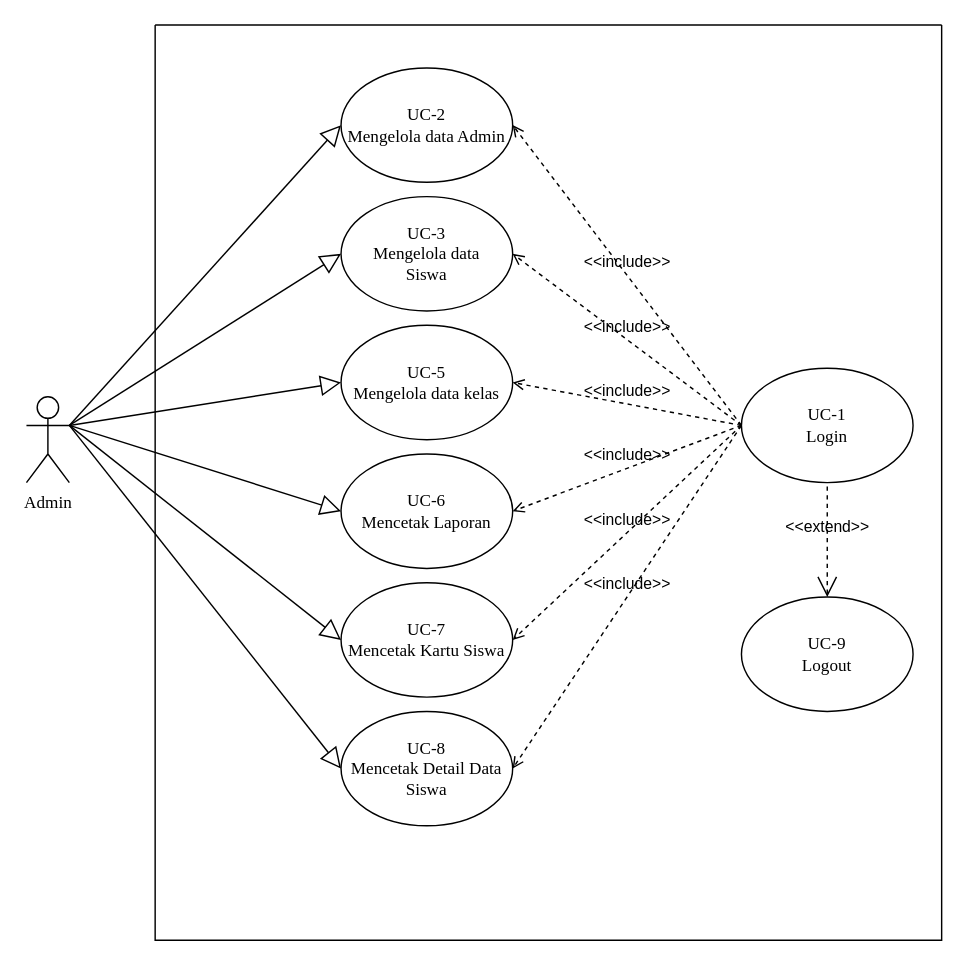
XxGembelxX/Rancangan_KP keeps this draw.io diagram as Usecase admin.drawio. Above is the earlier version. Source tidied: cells renumbered, new cells numbered last; positions are measured from the earlier drawing's top-left corner, leaving out a move shared by most shapes. Both pictures are drawn from the tidied source at 143%, with x=0, y=0 at pixel (26, 24).
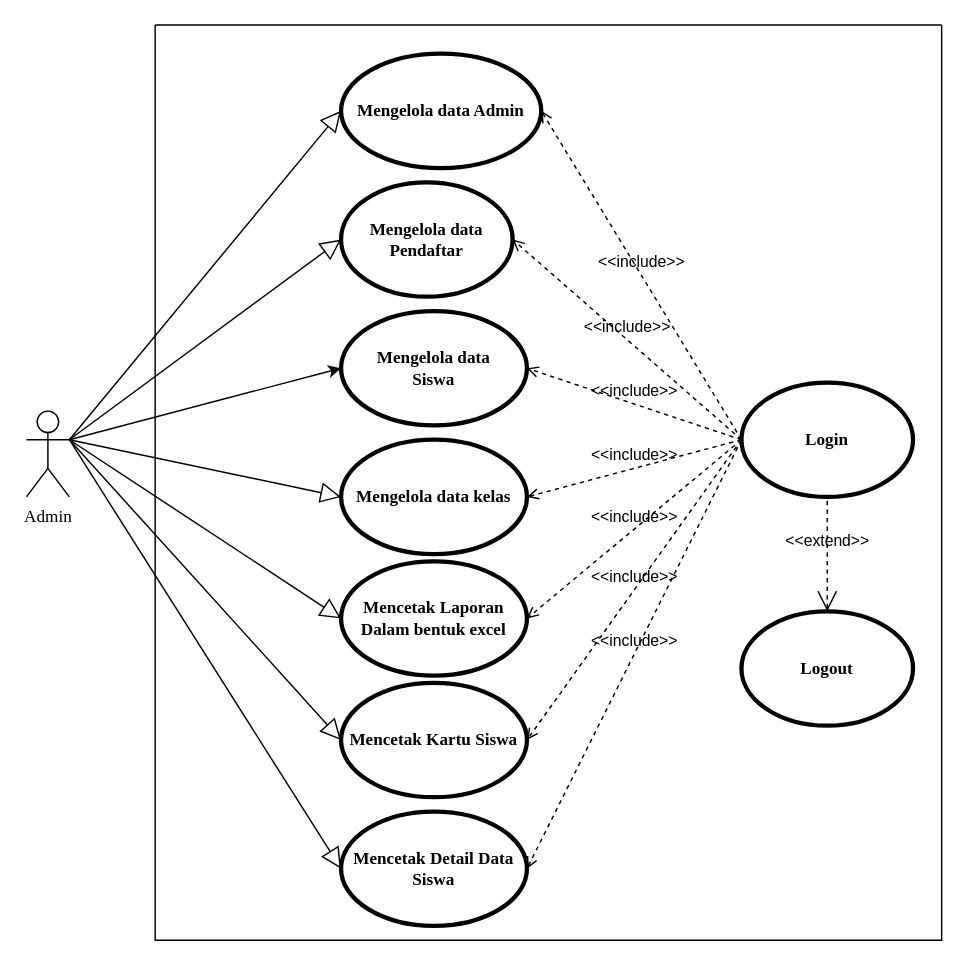
Above is the later version.

Unchanged cells that the change refers to:
```xml
<mxCell id="5" style="swimlane;startSize=0;" parent="1" vertex="1">
  <mxGeometry x="90" width="550" height="640" as="geometry" />
</mxCell>
```

What changed in the source:
```diff
@@
     <mxCell id="2" value="&lt;font face=&quot;Times New Roman&quot;&gt;Admin&lt;/font&gt;" style="shape=umlActor;verticalLabelPosition=bottom;verticalAlign=top;html=1;outlineConnect=0;" parent="1" vertex="1">
-      <mxGeometry y="260" width="30" height="60" as="geometry" />
+      <mxGeometry y="270" width="30" height="60" as="geometry" />
     </mxCell>
-    <mxCell id="3" value="&lt;font face=&quot;Times New Roman&quot;&gt;UC-2&lt;br&gt;Mengelola data Admin&lt;/font&gt;" style="ellipse;whiteSpace=wrap;html=1;" parent="1" vertex="1">
-      <mxGeometry x="220" y="30" width="120" height="80" as="geometry" />
-    </mxCell>
-    <mxCell id="4" value="&lt;font face=&quot;Times New Roman&quot;&gt;UC-3&lt;br&gt;Mengelola data &lt;br&gt;Siswa&lt;/font&gt;" style="ellipse;whiteSpace=wrap;html=1;" parent="1" vertex="1">
-      <mxGeometry x="220" y="120" width="120" height="80" as="geometry" />
-    </mxCell>
@@
-    <mxCell id="6" value="&lt;font face=&quot;Times New Roman&quot;&gt;UC-1&lt;br&gt;Login&lt;/font&gt;" style="ellipse;whiteSpace=wrap;html=1;fontStyle=0;" parent="5" vertex="1">
-      <mxGeometry x="410" y="240" width="120" height="80" as="geometry" />
+    <mxCell id="6" value="&lt;font face=&quot;Times New Roman&quot;&gt;Login&lt;/font&gt;" style="shape=ellipse;html=1;strokeWidth=3;fontStyle=1;whiteSpace=wrap;align=center;perimeter=ellipsePerimeter;" parent="5" vertex="1">
+      <mxGeometry x="410" y="250" width="120" height="80" as="geometry" />
     </mxCell>
-    <mxCell id="7" value="&lt;font face=&quot;Times New Roman&quot;&gt;UC-9&lt;br&gt;Logout&lt;/font&gt;" style="ellipse;whiteSpace=wrap;html=1;fontStyle=0;" parent="5" vertex="1">
-      <mxGeometry x="410" y="400" width="120" height="80" as="geometry" />
+    <mxCell id="7" value="&lt;font face=&quot;Times New Roman&quot;&gt;Logout&lt;/font&gt;" style="shape=ellipse;html=1;strokeWidth=3;fontStyle=1;whiteSpace=wrap;align=center;perimeter=ellipsePerimeter;" parent="5" vertex="1">
+      <mxGeometry x="410" y="410" width="120" height="80" as="geometry" />
     </mxCell>
@@
-    <mxCell id="9" value="&lt;font face=&quot;Times New Roman&quot;&gt;UC-7&lt;br&gt;Mencetak Kartu Siswa&lt;/font&gt;" style="ellipse;whiteSpace=wrap;html=1;" parent="5" vertex="1">
-      <mxGeometry x="130" y="390" width="120" height="80" as="geometry" />
+    <mxCell id="9" value="&lt;font face=&quot;Times New Roman&quot;&gt;Mencetak Kartu Siswa&lt;/font&gt;" style="shape=ellipse;html=1;strokeWidth=3;fontStyle=1;whiteSpace=wrap;align=center;perimeter=ellipsePerimeter;" parent="5" vertex="1">
+      <mxGeometry x="130" y="460" width="130" height="80" as="geometry" />
     </mxCell>
@@
-    <mxCell id="11" value="&lt;font face=&quot;Times New Roman&quot;&gt;UC-8&lt;br&gt;Mencetak Detail Data Siswa&lt;/font&gt;" style="ellipse;whiteSpace=wrap;html=1;" parent="5" vertex="1">
-      <mxGeometry x="130" y="480" width="120" height="80" as="geometry" />
+    <mxCell id="11" value="&lt;font face=&quot;Times New Roman&quot;&gt;Mencetak Detail Data Siswa&lt;/font&gt;" style="shape=ellipse;html=1;strokeWidth=3;fontStyle=1;whiteSpace=wrap;align=center;perimeter=ellipsePerimeter;" parent="5" vertex="1">
+      <mxGeometry x="130" y="550" width="130" height="80" as="geometry" />
     </mxCell>
@@
-    <mxCell id="13" value="&lt;font face=&quot;Times New Roman&quot;&gt;UC-6&lt;br&gt;Mencetak Laporan&lt;/font&gt;" style="ellipse;whiteSpace=wrap;html=1;" parent="5" vertex="1">
-      <mxGeometry x="130" y="300" width="120" height="80" as="geometry" />
+    <mxCell id="13" value="&lt;font face=&quot;Times New Roman&quot;&gt;Mencetak Laporan Dalam bentuk excel&lt;/font&gt;" style="shape=ellipse;html=1;strokeWidth=3;fontStyle=1;whiteSpace=wrap;align=center;perimeter=ellipsePerimeter;" parent="5" vertex="1">
+      <mxGeometry x="130" y="375" width="130" height="80" as="geometry" />
     </mxCell>
@@
-    <mxCell id="15" value="&lt;font face=&quot;Times New Roman&quot;&gt;UC-5&lt;br&gt;Mengelola data kelas&lt;/font&gt;" style="ellipse;whiteSpace=wrap;html=1;" parent="5" vertex="1">
-      <mxGeometry x="130" y="210" width="120" height="80" as="geometry" />
+    <mxCell id="15" value="&lt;font face=&quot;Times New Roman&quot;&gt;Mengelola data kelas&lt;/font&gt;" style="shape=ellipse;html=1;strokeWidth=3;fontStyle=1;whiteSpace=wrap;align=center;perimeter=ellipsePerimeter;" parent="5" vertex="1">
+      <mxGeometry x="130" y="290" width="130" height="80" as="geometry" />
     </mxCell>
@@
+    <mxCell id="25" value="&lt;font face=&quot;Times New Roman&quot;&gt;Mengelola data &lt;br&gt;Siswa&lt;/font&gt;" style="shape=ellipse;html=1;strokeWidth=3;fontStyle=1;whiteSpace=wrap;align=center;perimeter=ellipsePerimeter;" parent="5" vertex="1">
+      <mxGeometry x="130" y="200" width="130" height="80" as="geometry" />
+    </mxCell>
+    <mxCell id="3" value="&lt;font face=&quot;Times New Roman&quot;&gt;Mengelola data Admin&lt;/font&gt;" style="shape=ellipse;html=1;strokeWidth=3;fontStyle=1;whiteSpace=wrap;align=center;perimeter=ellipsePerimeter;" parent="5" vertex="1">
+      <mxGeometry x="130" y="20" width="140" height="80" as="geometry" />
+    </mxCell>
-    <mxCell id="17" value="&amp;lt;&amp;lt;include&amp;gt;&amp;gt;" style="edgeStyle=none;html=1;endArrow=open;verticalAlign=bottom;dashed=1;labelBackgroundColor=none;rounded=0;entryX=1;entryY=0.5;entryDx=0;entryDy=0;exitX=0;exitY=0.5;exitDx=0;exitDy=0;" parent="1" edge="1" source="6" target="3">
+    <mxCell id="17" value="&amp;lt;&amp;lt;include&amp;gt;&amp;gt;" style="edgeStyle=none;html=1;endArrow=open;verticalAlign=bottom;dashed=1;labelBackgroundColor=none;rounded=0;entryX=1;entryY=0.5;entryDx=0;entryDy=0;exitX=0;exitY=0.5;exitDx=0;exitDy=0;" parent="5" edge="1" source="6" target="3">
       <mxGeometry relative="1" as="geometry" />
     </mxCell>
+    <mxCell id="4" value="&lt;font face=&quot;Times New Roman&quot;&gt;Mengelola data &lt;br&gt;Pendaftar&lt;br&gt;&lt;/font&gt;" style="shape=ellipse;html=1;strokeWidth=3;fontStyle=1;whiteSpace=wrap;align=center;perimeter=ellipsePerimeter;" parent="5" vertex="1">
+      <mxGeometry x="130" y="110" width="120" height="80" as="geometry" />
+    </mxCell>
-    <mxCell id="18" value="&amp;lt;&amp;lt;include&amp;gt;&amp;gt;" style="edgeStyle=none;html=1;endArrow=open;verticalAlign=bottom;dashed=1;labelBackgroundColor=none;rounded=0;exitX=0;exitY=0.5;exitDx=0;exitDy=0;entryX=1;entryY=0.5;entryDx=0;entryDy=0;" parent="1" edge="1" source="6" target="4">
+    <mxCell id="18" value="&amp;lt;&amp;lt;include&amp;gt;&amp;gt;" style="edgeStyle=none;html=1;endArrow=open;verticalAlign=bottom;dashed=1;labelBackgroundColor=none;rounded=0;exitX=0;exitY=0.5;exitDx=0;exitDy=0;entryX=1;entryY=0.5;entryDx=0;entryDy=0;" parent="5" edge="1" source="6" target="4">
       <mxGeometry relative="1" as="geometry" />
     </mxCell>
+    <mxCell id="26" value="&amp;lt;&amp;lt;include&amp;gt;&amp;gt;" style="edgeStyle=none;html=1;endArrow=open;verticalAlign=bottom;dashed=1;labelBackgroundColor=none;rounded=0;exitX=0;exitY=0.5;exitDx=0;exitDy=0;entryX=1;entryY=0.5;entryDx=0;entryDy=0;" parent="5" edge="1" source="6" target="25">
+      <mxGeometry relative="1" as="geometry" />
+    </mxCell>
@@
+    <mxCell id="27" style="endArrow=classic;html=1;rounded=0;exitX=1;exitY=0.3333333333333333;exitDx=0;exitDy=0;exitPerimeter=0;entryX=0;entryY=0.5;entryDx=0;entryDy=0;" parent="1" edge="1" source="2" target="25">
+      <mxGeometry relative="1" as="geometry" />
+    </mxCell>
```
